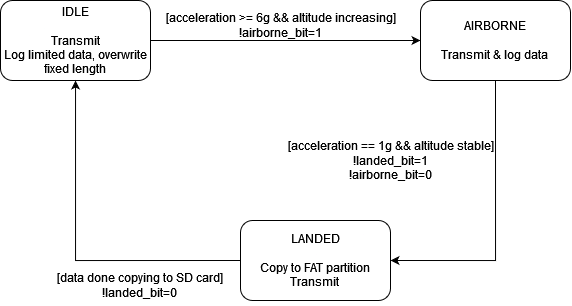
This is assets/diagrams/Flight State FSM.png from CarletonURocketry/avionics-design-2024-2025, a draw.io export, as it was before one commit. Source tidied: cells renumbered, new cells last; positions are measured from the earlier drawing's top-left corner, leaving out a move shared by most shapes.
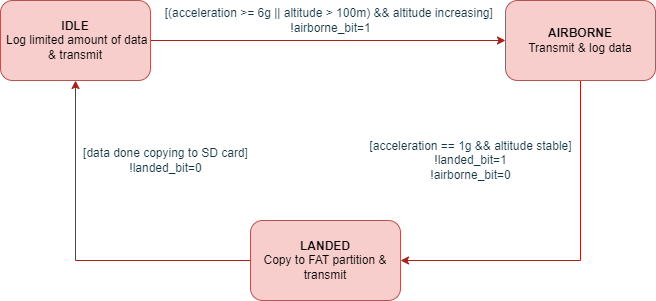
The same file after the commit.

Commit message:
Update idle to airborne logic

The edit, as a diff of the source:
```diff
@@ -2,32 +2,32 @@
   <root>
     <mxCell id="0" />
     <mxCell id="1" parent="0" />
-    <mxCell id="2" style="edgeStyle=orthogonalEdgeStyle;rounded=0;jettySize=auto;html=1;exitX=1;exitY=0.5;exitDx=0;exitDy=0;entryX=0;entryY=0.5;entryDx=0;entryDy=0;" parent="1" edge="1" source="3" target="5">
+    <mxCell id="2" style="edgeStyle=orthogonalEdgeStyle;rounded=0;jettySize=auto;html=1;exitX=1;exitY=0.5;exitDx=0;exitDy=0;entryX=0;entryY=0.5;entryDx=0;entryDy=0;labelBackgroundColor=none;strokeColor=#A8201A;fontColor=default;" parent="1" edge="1" source="3" target="5">
       <mxGeometry relative="1" as="geometry" />
     </mxCell>
-    <mxCell id="3" value="&lt;div&gt;IDLE&lt;/div&gt;&lt;div&gt;&lt;br&gt;&lt;/div&gt;&lt;div&gt;Transmit&lt;/div&gt;&lt;div&gt;Log limited data, overwrite fixed length&lt;br&gt;&lt;/div&gt;" style="rounded=1;whiteSpace=wrap;html=1;" parent="1" vertex="1">
-      <mxGeometry width="150" height="80" as="geometry" />
+    <mxCell id="3" value="&lt;div&gt;&lt;b&gt;IDLE&lt;/b&gt;&lt;/div&gt;&lt;div&gt;&amp;nbsp;L&lt;span style=&quot;background-color: initial;&quot;&gt;og limited amount of data &amp;amp; t&lt;/span&gt;&lt;span style=&quot;background-color: initial;&quot;&gt;ransmit&lt;/span&gt;&lt;/div&gt;" style="rounded=1;whiteSpace=wrap;html=1;labelBackgroundColor=none;fillColor=#f8cecc;strokeColor=#b85450;" parent="1" vertex="1">
+      <mxGeometry x="-45" width="150" height="80" as="geometry" />
     </mxCell>
-    <mxCell id="4" style="edgeStyle=orthogonalEdgeStyle;rounded=0;jettySize=auto;html=1;exitX=0.5;exitY=1;exitDx=0;exitDy=0;entryX=1;entryY=0.5;entryDx=0;entryDy=0;" parent="1" edge="1" source="5" target="7">
+    <mxCell id="4" style="edgeStyle=orthogonalEdgeStyle;rounded=0;jettySize=auto;html=1;exitX=0.5;exitY=1;exitDx=0;exitDy=0;entryX=1;entryY=0.5;entryDx=0;entryDy=0;labelBackgroundColor=none;strokeColor=#A8201A;fontColor=default;" parent="1" edge="1" source="5" target="7">
       <mxGeometry relative="1" as="geometry" />
     </mxCell>
-    <mxCell id="5" value="&lt;div&gt;AIRBORNE&lt;/div&gt;&lt;div&gt;&lt;br&gt;&lt;/div&gt;&lt;div&gt;Transmit &amp;amp; log data&lt;br&gt;&lt;/div&gt;" style="rounded=1;whiteSpace=wrap;html=1;" parent="1" vertex="1">
-      <mxGeometry x="420" width="150" height="80" as="geometry" />
+    <mxCell id="5" value="&lt;div&gt;&lt;b&gt;AIRBORNE&lt;/b&gt;&lt;/div&gt;&lt;div&gt;Transmit &amp;amp; log data&lt;br&gt;&lt;/div&gt;" style="rounded=1;whiteSpace=wrap;html=1;labelBackgroundColor=none;fillColor=#f8cecc;strokeColor=#b85450;" parent="1" vertex="1">
+      <mxGeometry x="460" width="150" height="80" as="geometry" />
     </mxCell>
-    <mxCell id="6" style="edgeStyle=orthogonalEdgeStyle;rounded=0;jettySize=auto;html=1;exitX=0;exitY=0.5;exitDx=0;exitDy=0;" parent="1" edge="1" source="7" target="3">
+    <mxCell id="6" style="edgeStyle=orthogonalEdgeStyle;rounded=0;jettySize=auto;html=1;exitX=0;exitY=0.5;exitDx=0;exitDy=0;labelBackgroundColor=none;strokeColor=#A8201A;fontColor=default;" parent="1" edge="1" source="7" target="3">
       <mxGeometry relative="1" as="geometry" />
     </mxCell>
-    <mxCell id="7" value="&lt;div&gt;LANDED&lt;/div&gt;&lt;div&gt;&lt;br&gt;&lt;/div&gt;&lt;div&gt;Copy to FAT partition&lt;/div&gt;&lt;div&gt;Transmit&lt;br&gt;&lt;/div&gt;" style="rounded=1;whiteSpace=wrap;html=1;" parent="1" vertex="1">
-      <mxGeometry x="240" y="220" width="150" height="80" as="geometry" />
+    <mxCell id="7" value="&lt;div&gt;&lt;b&gt;LANDED&lt;/b&gt;&lt;/div&gt;&lt;div&gt;Copy to FAT partition &amp;amp; t&lt;span style=&quot;background-color: initial;&quot;&gt;ransmit&lt;/span&gt;&lt;/div&gt;" style="rounded=1;whiteSpace=wrap;html=1;labelBackgroundColor=none;fillColor=#f8cecc;strokeColor=#b85450;" parent="1" vertex="1">
+      <mxGeometry x="205" y="220" width="150" height="80" as="geometry" />
     </mxCell>
-    <mxCell id="8" value="&lt;div&gt;[acceleration &amp;gt;= 6g &amp;amp;&amp;amp; altitude increasing]&lt;/div&gt;&lt;div&gt;!airborne_bit=1&lt;br&gt;&lt;/div&gt;" style="text;html=1;align=center;verticalAlign=middle;strokeColor=none;fillColor=none;" parent="1" vertex="1">
-      <mxGeometry x="160" y="5" width="240" height="40" as="geometry" />
+    <mxCell id="8" value="&lt;div&gt;[(acceleration &amp;gt;= 6g || altitude &amp;gt; 100m) &amp;amp;&amp;amp; altitude increasing]&lt;span style=&quot;background-color: initial;&quot;&gt;&amp;nbsp;&lt;/span&gt;&lt;/div&gt;&lt;div&gt;!airborne_bit=1&lt;br&gt;&lt;/div&gt;" style="text;html=1;align=center;verticalAlign=middle;strokeColor=none;fillColor=none;labelBackgroundColor=none;fontColor=#143642;" parent="1" vertex="1">
+      <mxGeometry x="110" width="350" height="40" as="geometry" />
     </mxCell>
-    <mxCell id="9" value="&lt;div&gt;[acceleration == 1g &amp;amp;&amp;amp; altitude stable]&lt;/div&gt;&lt;div&gt;!landed_bit=1&lt;/div&gt;&lt;div&gt;!airborne_bit=0&lt;br&gt;&lt;/div&gt;" style="text;html=1;align=center;verticalAlign=middle;strokeColor=none;fillColor=none;" parent="1" vertex="1">
-      <mxGeometry x="280" y="130" width="220" height="60" as="geometry" />
+    <mxCell id="9" value="&lt;div&gt;[acceleration == 1g &amp;amp;&amp;amp; altitude stable]&lt;/div&gt;&lt;div&gt;!landed_bit=1&lt;/div&gt;&lt;div&gt;!airborne_bit=0&lt;br&gt;&lt;/div&gt;" style="text;html=1;align=center;verticalAlign=middle;strokeColor=none;fillColor=none;labelBackgroundColor=none;fontColor=#143642;" parent="1" vertex="1">
+      <mxGeometry x="315" y="130" width="220" height="60" as="geometry" />
     </mxCell>
-    <mxCell id="10" value="&lt;div&gt;[data done copying to SD card]&lt;/div&gt;&lt;div&gt;!landed_bit=0&lt;br&gt;&lt;/div&gt;" style="text;html=1;align=center;verticalAlign=middle;strokeColor=none;fillColor=none;" parent="1" vertex="1">
-      <mxGeometry x="49" y="265" width="180" height="40" as="geometry" />
+    <mxCell id="10" value="&lt;div&gt;[data done copying to SD card]&lt;/div&gt;&lt;div&gt;!landed_bit=0&lt;br&gt;&lt;/div&gt;" style="text;html=1;align=center;verticalAlign=middle;strokeColor=none;fillColor=none;labelBackgroundColor=none;fontColor=#143642;" parent="1" vertex="1">
+      <mxGeometry x="30" y="140" width="180" height="40" as="geometry" />
     </mxCell>
   </root>
 </mxGraphModel>
```
